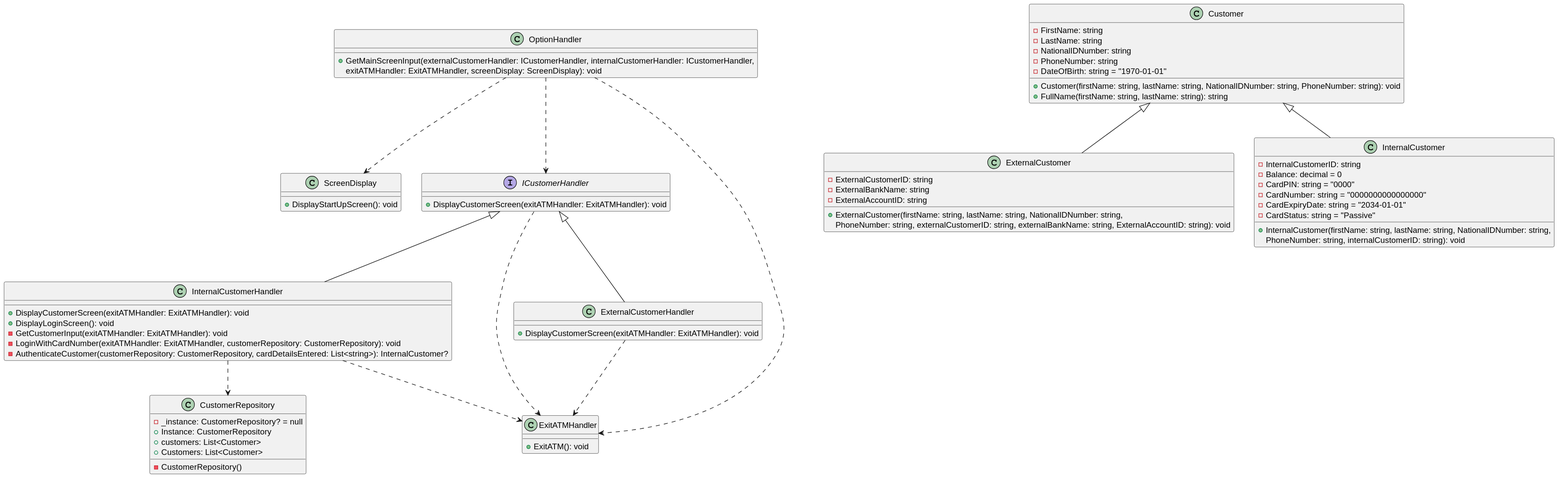
This is out/ATMUygulamasi.svg from KTrordu/atm-uygulamasi, a PlantUML export, as it was before one commit.
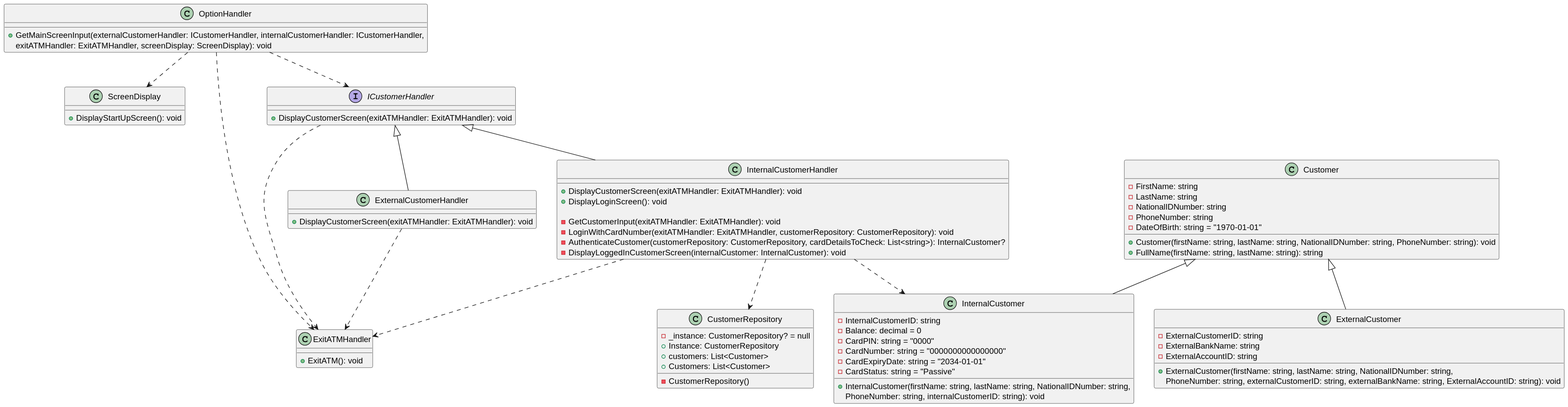
The same file after the commit.

The edit, as a diff of the source:
```diff
@@ -51,9 +51,11 @@
 class InternalCustomerHandler {
     +DisplayCustomerScreen(exitATMHandler: ExitATMHandler): void
     +DisplayLoginScreen(): void
+
     -GetCustomerInput(exitATMHandler: ExitATMHandler): void
     -LoginWithCardNumber(exitATMHandler: ExitATMHandler, customerRepository: CustomerRepository): void
-    -AuthenticateCustomer(customerRepository: CustomerRepository, cardDetailsEntered: List<string>): InternalCustomer?
+    -AuthenticateCustomer(customerRepository: CustomerRepository, cardDetailsToCheck: List<string>): InternalCustomer?
+    -DisplayLoggedInCustomerScreen(internalCustomer: InternalCustomer): void
 }
 
 class CustomerRepository {
@@ -84,4 +86,5 @@
 OptionHandler ..> ExitATMHandler
 
 InternalCustomerHandler ..> CustomerRepository
+InternalCustomerHandler ..> InternalCustomer
 @enduml
```
